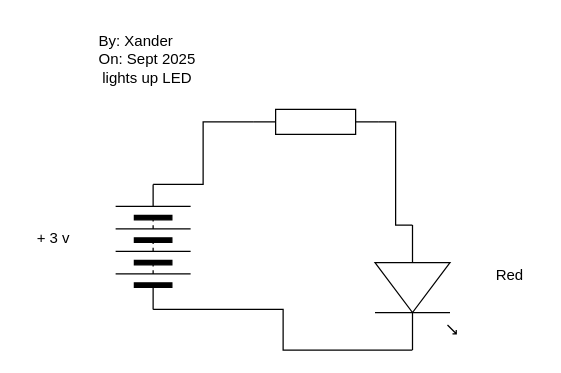
Before: single_led.drawio in Xander-Henderson/TEJ2O-1-Unit-5-03, a draw.io diagram. Source tidied: cells renumbered, new cells numbered last; positions are measured from the earlier drawing's top-left corner, leaving out a move shared by most shapes. Both pictures are drawn from the tidied source at 125%, with x=0, y=0 at pixel (21, 21).
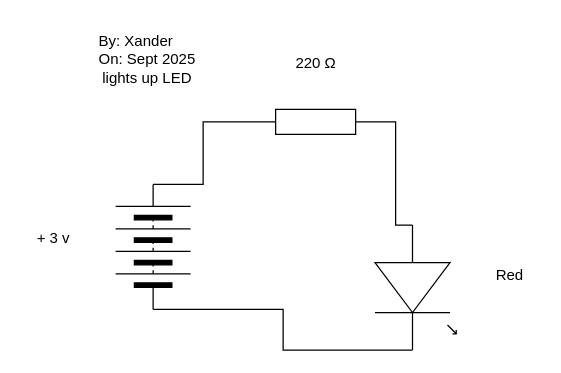
The same page after the edit.

The edit, as a diff of the source:
```diff
@@
 <mxGraphModel>
   <root>
     <mxCell id="0" />
     <mxCell id="1" parent="0" />
     <mxCell id="2" style="edgeStyle=elbowEdgeStyle;html=1;exitX=1;exitY=0.5;exitDx=0;exitDy=0;endArrow=none;endFill=0;rounded=0;curved=0;" parent="1" edge="1" source="3">
       <mxGeometry relative="1" as="geometry">
         <mxPoint x="185" y="80" as="targetPoint" />
       </mxGeometry>
     </mxCell>
     <mxCell id="3" style="verticalLabelPosition=bottom;shadow=0;dashed=0;align=center;html=1;verticalAlign=top;shape=mxgraph.electrical.miscellaneous.batteryStack;rotation=-90;" parent="1" vertex="1">
       <mxGeometry x="55" y="150" width="100" height="60" as="geometry" />
     </mxCell>
     <mxCell id="4" style="verticalLabelPosition=bottom;shadow=0;dashed=0;align=center;html=1;verticalAlign=top;shape=mxgraph.electrical.resistors.resistor_1;" parent="1" vertex="1">
       <mxGeometry x="185" y="70" width="100" height="20" as="geometry" />
     </mxCell>
     <mxCell id="5" style="edgeStyle=elbowEdgeStyle;html=1;exitX=1;exitY=0.54;exitDx=0;exitDy=0;exitPerimeter=0;rounded=0;curved=0;endArrow=none;endFill=0;" parent="1" edge="1" source="6">
       <mxGeometry relative="1" as="geometry">
         <mxPoint x="105" y="230" as="targetPoint" />
       </mxGeometry>
     </mxCell>
     <mxCell id="6" style="verticalLabelPosition=bottom;shadow=0;dashed=0;align=center;html=1;verticalAlign=top;shape=mxgraph.electrical.opto_electronics.led_1;rotation=90;" parent="1" vertex="1">
       <mxGeometry x="265" y="180" width="100" height="65" as="geometry" />
     </mxCell>
     <mxCell id="7" style="edgeStyle=elbowEdgeStyle;html=1;exitX=0;exitY=0.5;exitDx=0;exitDy=0;entryX=0;entryY=0.5;entryDx=0;entryDy=0;entryPerimeter=0;strokeColor=none;rounded=0;curved=0;" parent="1" edge="1" source="3" target="4">
       <mxGeometry relative="1" as="geometry" />
     </mxCell>
     <mxCell id="8" style="edgeStyle=elbowEdgeStyle;html=1;exitX=1;exitY=0.5;exitDx=0;exitDy=0;exitPerimeter=0;entryX=0;entryY=0.54;entryDx=0;entryDy=0;entryPerimeter=0;endArrow=none;endFill=0;rounded=0;" parent="1" edge="1" source="4" target="6">
       <mxGeometry relative="1" as="geometry" />
     </mxCell>
     <mxCell id="9" value="+ 3 v" style="text;html=1;align=center;verticalAlign=middle;strokeColor=none;fillColor=none;" parent="1" vertex="1">
       <mxGeometry y="158" width="50" height="30" as="geometry" />
     </mxCell>
     <mxCell id="10" value="Red" style="text;html=1;align=center;verticalAlign=middle;strokeColor=none;fillColor=none;" parent="1" vertex="1">
       <mxGeometry x="365" y="188" width="50" height="30" as="geometry" />
     </mxCell>
     <mxCell id="11" value="&lt;div style=&quot;text-align: left;&quot;&gt;&lt;span style=&quot;background-color: transparent;&quot;&gt;By: Xander&lt;/span&gt;&lt;/div&gt;&lt;div&gt;On: Sept 2025&lt;/div&gt;&lt;div&gt;lights up LED&lt;/div&gt;" style="text;html=1;align=center;verticalAlign=middle;strokeColor=none;fillColor=none;" parent="1" vertex="1">
       <mxGeometry x="50" width="100" height="60" as="geometry" />
     </mxCell>
+    <mxCell id="12" value="220&amp;nbsp;Ω" style="text;html=1;align=center;verticalAlign=middle;strokeColor=none;fillColor=none;" parent="1" vertex="1">
+      <mxGeometry x="205" y="18" width="60" height="30" as="geometry" />
+    </mxCell>
   </root>
 </mxGraphModel>
```
